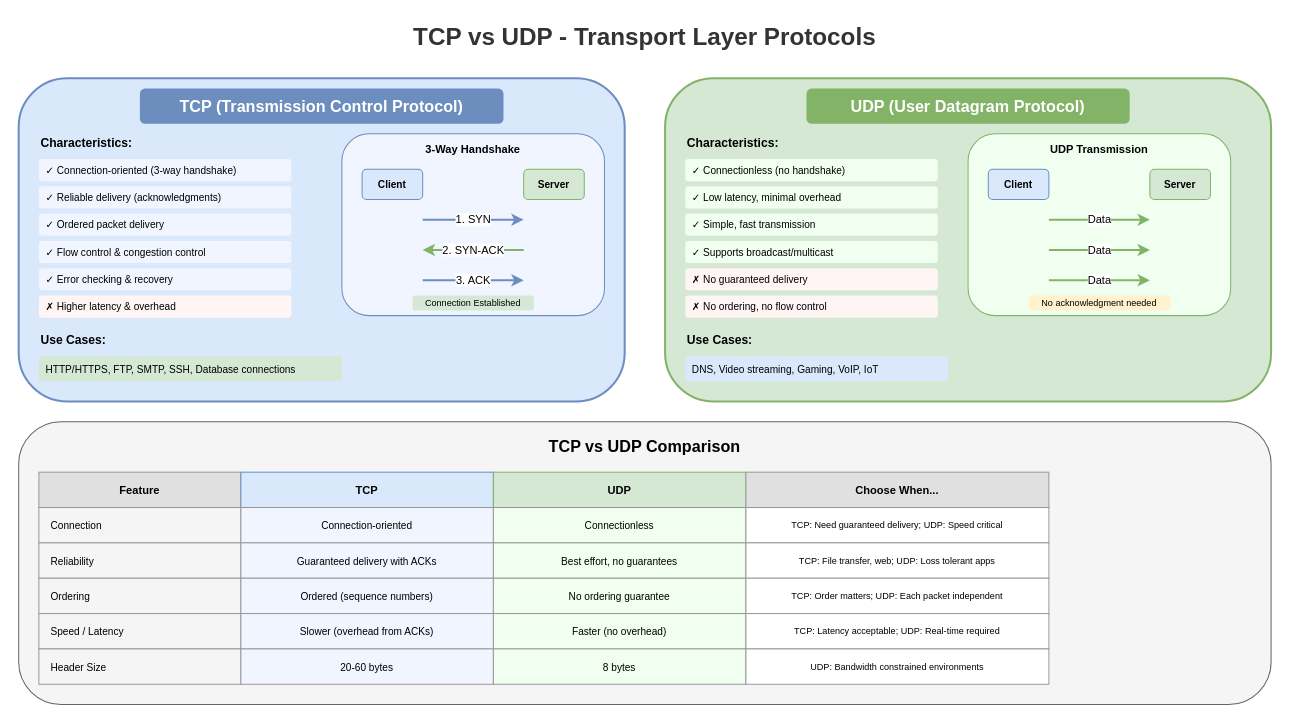
This is lesson-07-networking/diagrams/1.2-tcp-udp-comparison.drawio from MrParkerZ7/document-lesson-software-architect-x-claude, a draw.io file, before an edit. Source tidied: cells renumbered, new cells numbered last; positions are measured from the earlier drawing's top-left corner, leaving out a move shared by most shapes. Both pictures are drawn from the tidied source at 101%, with x=0, y=0 at pixel (18, 17).
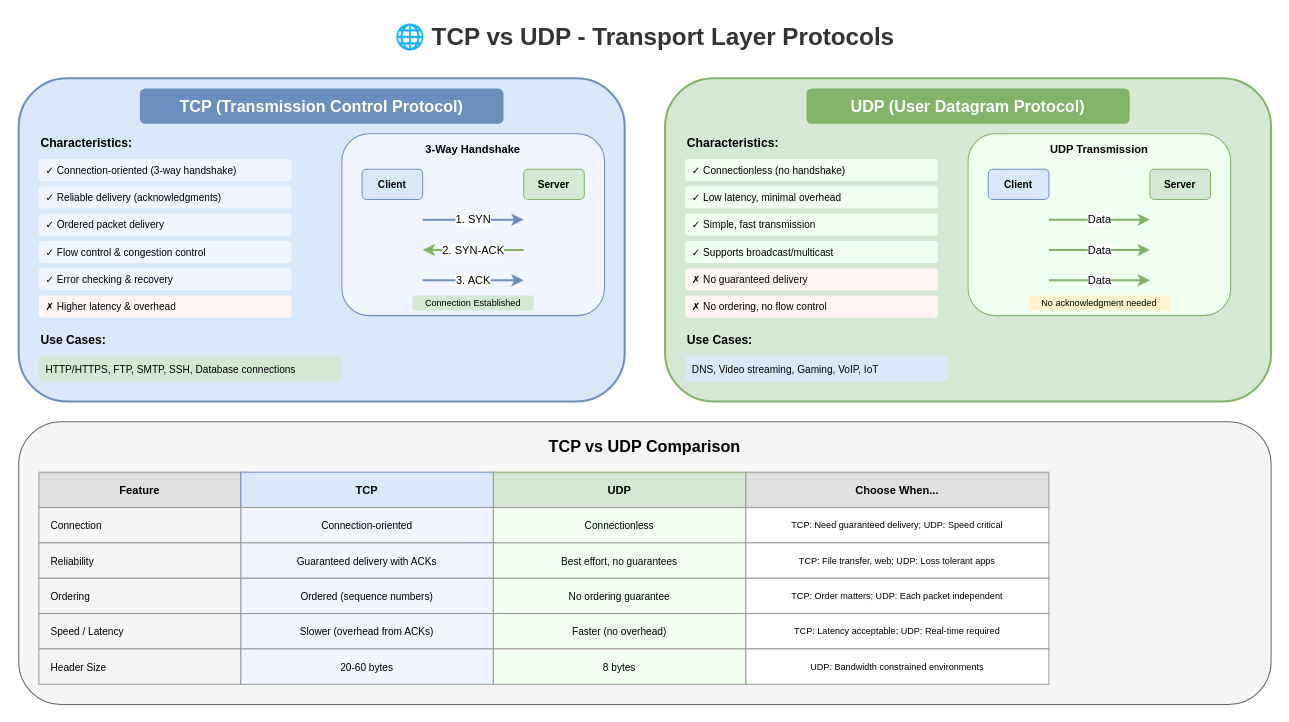
Above is the later version.

What changed in the source:
```diff
@@
-    <mxCell id="2" value="TCP vs UDP - Transport Layer Protocols" style="text;html=1;strokeColor=none;fillColor=none;align=center;verticalAlign=middle;whiteSpace=wrap;rounded=0;fontSize=24;fontStyle=1;fontColor=#333333;" parent="1" vertex="1">
+    <mxCell id="2" value="🌐 TCP vs UDP - Transport Layer Protocols" style="text;html=1;strokeColor=none;fillColor=none;align=center;verticalAlign=middle;whiteSpace=wrap;rounded=0;fontSize=24;fontStyle=1;fontColor=#333333;" parent="1" vertex="1">
       <mxGeometry x="320" width="600" height="40" as="geometry" />
     </mxCell>
```
